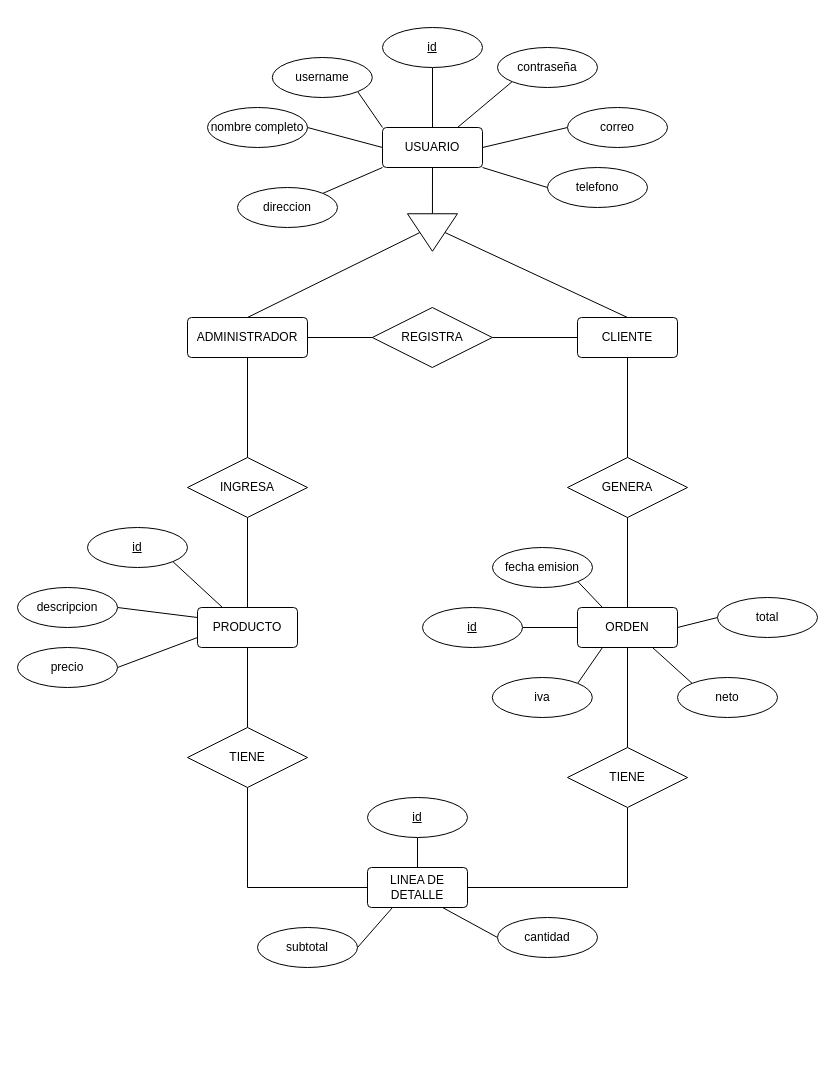
KemosahbeAndres/proyecto_java keeps this draw.io diagram as page "ER" (1 of 2) of DiagramaER.drawio. Above is the earlier version. Source tidied: cells renumbered, new cells numbered last; positions are measured from the earlier drawing's top-left corner, leaving out a move shared by most shapes. Both pictures are drawn from the tidied source at 100%, with x=0, y=0 at pixel (17, 27).
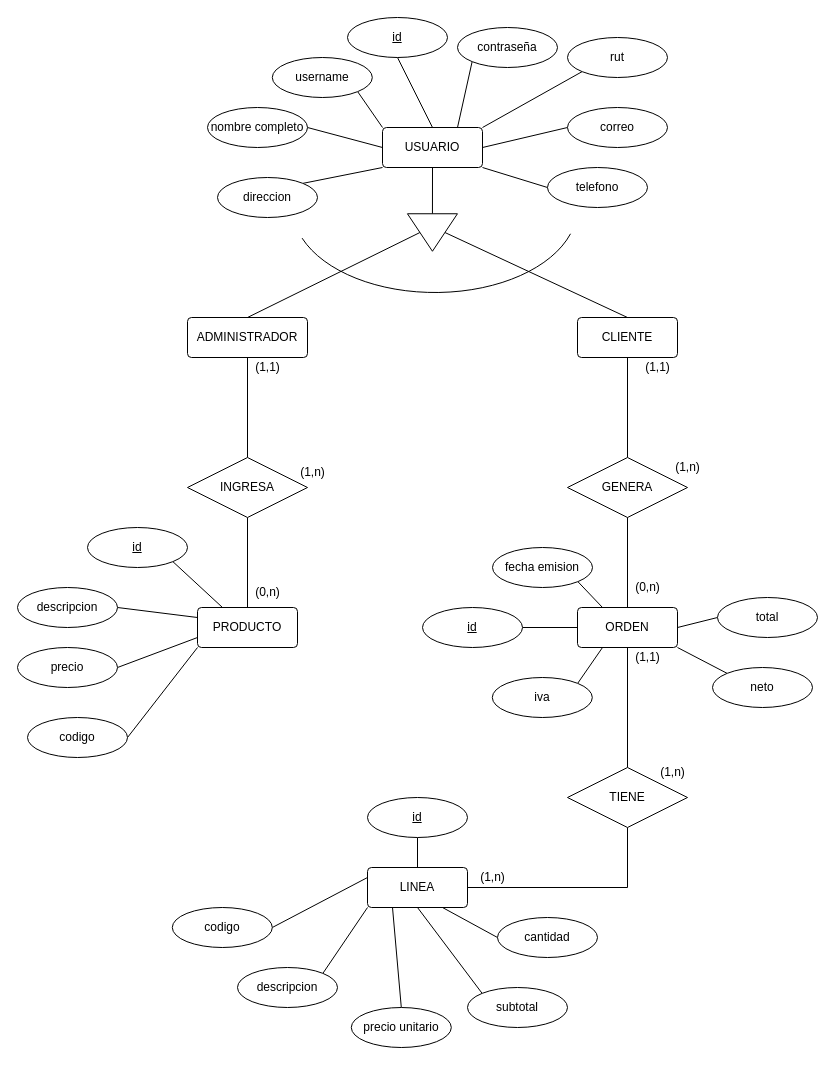
Above is the later version.

The change refers to these unchanged cells:
```xml
<mxCell id="3" value="USUARIO" style="rounded=1;arcSize=10;whiteSpace=wrap;html=1;align=center;" parent="1" vertex="1">
  <mxGeometry x="365" y="100" width="100" height="40" as="geometry" />
</mxCell>
<mxCell id="7" value="ADMINISTRADOR" style="rounded=1;arcSize=10;whiteSpace=wrap;html=1;align=center;" parent="1" vertex="1">
  <mxGeometry x="170" y="290" width="120" height="40" as="geometry" />
</mxCell>
<mxCell id="9" value="CLIENTE" style="rounded=1;arcSize=10;whiteSpace=wrap;html=1;align=center;" parent="1" vertex="1">
  <mxGeometry x="560" y="290" width="100" height="40" as="geometry" />
</mxCell>
<mxCell id="14" value="PRODUCTO" style="rounded=1;arcSize=10;whiteSpace=wrap;html=1;align=center;" parent="1" vertex="1">
  <mxGeometry x="180" y="580" width="100" height="40" as="geometry" />
</mxCell>
<mxCell id="19" value="ORDEN" style="rounded=1;arcSize=10;whiteSpace=wrap;html=1;align=center;" parent="1" vertex="1">
  <mxGeometry x="560" y="580" width="100" height="40" as="geometry" />
</mxCell>
```

The edit, as a diff of the source:
```diff
@@
-    <mxCell id="10" style="edgeStyle=orthogonalEdgeStyle;rounded=0;jettySize=auto;html=1;exitX=0;exitY=0.5;exitDx=0;exitDy=0;entryX=1;entryY=0.5;entryDx=0;entryDy=0;endArrow=none;endFill=0;" parent="1" edge="1" source="12" target="7">
-      <mxGeometry relative="1" as="geometry" />
-    </mxCell>
-    <mxCell id="11" style="edgeStyle=orthogonalEdgeStyle;rounded=0;jettySize=auto;html=1;exitX=1;exitY=0.5;exitDx=0;exitDy=0;entryX=0;entryY=0.5;entryDx=0;entryDy=0;endArrow=none;endFill=0;" parent="1" edge="1" source="12" target="9">
-      <mxGeometry relative="1" as="geometry" />
-    </mxCell>
-    <mxCell id="12" value="REGISTRA" style="shape=rhombus;perimeter=rhombusPerimeter;whiteSpace=wrap;html=1;align=center;" parent="1" vertex="1">
-      <mxGeometry x="354.8" y="280" width="120" height="60" as="geometry" />
-    </mxCell>
@@
-    <mxCell id="20" style="edgeStyle=orthogonalEdgeStyle;rounded=0;jettySize=auto;html=1;exitX=0.5;exitY=0;exitDx=0;exitDy=0;entryX=0.5;entryY=1;entryDx=0;entryDy=0;endArrow=none;endFill=0;" parent="1" edge="1" source="21" target="14">
-      <mxGeometry relative="1" as="geometry" />
-    </mxCell>
-    <mxCell id="21" value="TIENE" style="shape=rhombus;perimeter=rhombusPerimeter;whiteSpace=wrap;html=1;align=center;" parent="1" vertex="1">
-      <mxGeometry x="170" y="700" width="120" height="60" as="geometry" />
-    </mxCell>
@@
-    <mxCell id="29" style="edgeStyle=orthogonalEdgeStyle;rounded=0;jettySize=auto;html=1;exitX=0;exitY=0.5;exitDx=0;exitDy=0;entryX=0.5;entryY=1;entryDx=0;entryDy=0;endArrow=none;endFill=0;" parent="1" edge="1" source="30" target="21">
-      <mxGeometry relative="1" as="geometry" />
-    </mxCell>
-    <mxCell id="30" value="LINEA DE DETALLE" style="rounded=1;arcSize=10;whiteSpace=wrap;html=1;align=center;" parent="1" vertex="1">
+    <mxCell id="30" value="LINEA" style="rounded=1;arcSize=10;whiteSpace=wrap;html=1;align=center;" parent="1" vertex="1">
       <mxGeometry x="350" y="840" width="100" height="40" as="geometry" />
     </mxCell>
@@
     <mxCell id="32" value="TIENE" style="shape=rhombus;perimeter=rhombusPerimeter;whiteSpace=wrap;html=1;align=center;" parent="1" vertex="1">
-      <mxGeometry x="550" y="720" width="120" height="60" as="geometry" />
+      <mxGeometry x="550" y="740" width="120" height="60" as="geometry" />
     </mxCell>
@@
-    <mxCell id="37" style="rounded=0;jettySize=auto;html=1;exitX=1;exitY=0.5;exitDx=0;exitDy=0;entryX=0.25;entryY=1;entryDx=0;entryDy=0;endArrow=none;endFill=0;" parent="1" edge="1" source="38" target="30">
+    <mxCell id="37" style="rounded=0;jettySize=auto;html=1;exitX=0;exitY=0;exitDx=0;exitDy=0;entryX=0.5;entryY=1;entryDx=0;entryDy=0;endArrow=none;endFill=0;" parent="1" edge="1" source="38" target="30">
       <mxGeometry relative="1" as="geometry" />
     </mxCell>
     <mxCell id="38" value="subtotal" style="ellipse;whiteSpace=wrap;html=1;align=center;" parent="1" vertex="1">
-      <mxGeometry x="240" y="900" width="100" height="40" as="geometry" />
+      <mxGeometry x="450" y="960" width="100" height="40" as="geometry" />
     </mxCell>
@@
-    <mxCell id="45" style="edgeStyle=none;rounded=0;jettySize=auto;html=1;exitX=0;exitY=0;exitDx=0;exitDy=0;entryX=0.75;entryY=1;entryDx=0;entryDy=0;endArrow=none;endFill=0;" parent="1" edge="1" source="46" target="19">
+    <mxCell id="45" style="edgeStyle=none;rounded=0;jettySize=auto;html=1;exitX=0;exitY=0;exitDx=0;exitDy=0;entryX=1;entryY=1;entryDx=0;entryDy=0;endArrow=none;endFill=0;" parent="1" edge="1" source="46" target="19">
       <mxGeometry relative="1" as="geometry" />
     </mxCell>
     <mxCell id="46" value="neto" style="ellipse;whiteSpace=wrap;html=1;align=center;" parent="1" vertex="1">
-      <mxGeometry x="660" y="650" width="100" height="40" as="geometry" />
+      <mxGeometry x="695" y="640" width="100" height="40" as="geometry" />
     </mxCell>
@@
     <mxCell id="50" value="id" style="ellipse;whiteSpace=wrap;html=1;align=center;fontStyle=4;" parent="1" vertex="1">
-      <mxGeometry x="365" width="100" height="40" as="geometry" />
+      <mxGeometry x="330" y="-10" width="100" height="40" as="geometry" />
     </mxCell>
@@
     <mxCell id="56" value="contraseña" style="ellipse;whiteSpace=wrap;html=1;align=center;" parent="1" vertex="1">
-      <mxGeometry x="480" y="20" width="100" height="40" as="geometry" />
+      <mxGeometry x="440" width="100" height="40" as="geometry" />
     </mxCell>
@@
     <mxCell id="62" value="direccion" style="ellipse;whiteSpace=wrap;html=1;align=center;" parent="1" vertex="1">
-      <mxGeometry x="220" y="160" width="100" height="40" as="geometry" />
+      <mxGeometry x="200" y="150" width="100" height="40" as="geometry" />
     </mxCell>
+    <mxCell id="63" style="rounded=0;jettySize=auto;html=1;exitX=1;exitY=0.5;exitDx=0;exitDy=0;entryX=0;entryY=1;entryDx=0;entryDy=0;endArrow=none;endFill=0;" parent="1" edge="1" source="64" target="14">
+      <mxGeometry relative="1" as="geometry" />
+    </mxCell>
+    <mxCell id="64" value="codigo" style="ellipse;whiteSpace=wrap;html=1;align=center;" parent="1" vertex="1">
+      <mxGeometry x="10" y="690" width="100" height="40" as="geometry" />
+    </mxCell>
+    <mxCell id="65" style="edgeStyle=none;rounded=0;jettySize=auto;html=1;exitX=1;exitY=0;exitDx=0;exitDy=0;entryX=0;entryY=1;entryDx=0;entryDy=0;endArrow=none;endFill=0;" parent="1" edge="1" source="66" target="30">
+      <mxGeometry relative="1" as="geometry" />
+    </mxCell>
+    <mxCell id="66" value="descripcion" style="ellipse;whiteSpace=wrap;html=1;align=center;" parent="1" vertex="1">
+      <mxGeometry x="220" y="940" width="100" height="40" as="geometry" />
+    </mxCell>
+    <mxCell id="67" style="edgeStyle=none;rounded=0;jettySize=auto;html=1;exitX=0.5;exitY=0;exitDx=0;exitDy=0;entryX=0.25;entryY=1;entryDx=0;entryDy=0;endArrow=none;endFill=0;" parent="1" edge="1" source="68" target="30">
+      <mxGeometry relative="1" as="geometry" />
+    </mxCell>
+    <mxCell id="68" value="precio unitario" style="ellipse;whiteSpace=wrap;html=1;align=center;" parent="1" vertex="1">
+      <mxGeometry x="333.8" y="980" width="100" height="40" as="geometry" />
+    </mxCell>
+    <mxCell id="69" style="edgeStyle=none;rounded=0;jettySize=auto;html=1;exitX=1;exitY=0.5;exitDx=0;exitDy=0;entryX=0;entryY=0.25;entryDx=0;entryDy=0;endArrow=none;endFill=0;" parent="1" edge="1" source="70" target="30">
+      <mxGeometry relative="1" as="geometry" />
+    </mxCell>
+    <mxCell id="70" value="codigo" style="ellipse;whiteSpace=wrap;html=1;align=center;" parent="1" vertex="1">
+      <mxGeometry x="154.8" y="880" width="100" height="40" as="geometry" />
+    </mxCell>
+    <mxCell id="71" style="verticalLabelPosition=bottom;verticalAlign=top;html=1;shape=mxgraph.basic.arc;startAngle=0.3;endAngle=0.6913202245942431;" parent="1" vertex="1">
+      <mxGeometry x="275" y="95" width="285" height="170" as="geometry" />
+    </mxCell>
+    <mxCell id="72" value="(1,n)" style="text;html=1;align=center;verticalAlign=middle;strokeColor=none;fillColor=none;" parent="1" vertex="1">
+      <mxGeometry x="270" y="430" width="50" height="30" as="geometry" />
+    </mxCell>
+    <mxCell id="73" value="(1,1)" style="text;html=1;align=center;verticalAlign=middle;strokeColor=none;fillColor=none;" parent="1" vertex="1">
+      <mxGeometry x="225" y="325" width="50" height="30" as="geometry" />
+    </mxCell>
+    <mxCell id="74" value="(0,n)" style="text;html=1;align=center;verticalAlign=middle;strokeColor=none;fillColor=none;" parent="1" vertex="1">
+      <mxGeometry x="225" y="550" width="50" height="30" as="geometry" />
+    </mxCell>
+    <mxCell id="75" value="(1,n)" style="text;html=1;align=center;verticalAlign=middle;strokeColor=none;fillColor=none;" parent="1" vertex="1">
+      <mxGeometry x="645" y="425" width="50" height="30" as="geometry" />
+    </mxCell>
+    <mxCell id="76" value="(1,1)" style="text;html=1;align=center;verticalAlign=middle;strokeColor=none;fillColor=none;" parent="1" vertex="1">
+      <mxGeometry x="615" y="325" width="50" height="30" as="geometry" />
+    </mxCell>
+    <mxCell id="77" value="(0,n)" style="text;html=1;align=center;verticalAlign=middle;strokeColor=none;fillColor=none;" parent="1" vertex="1">
+      <mxGeometry x="605" y="545" width="50" height="30" as="geometry" />
+    </mxCell>
+    <mxCell id="78" value="(1,n)" style="text;html=1;align=center;verticalAlign=middle;strokeColor=none;fillColor=none;" parent="1" vertex="1">
+      <mxGeometry x="630" y="730" width="50" height="30" as="geometry" />
+    </mxCell>
+    <mxCell id="79" value="(1,1)" style="text;html=1;align=center;verticalAlign=middle;strokeColor=none;fillColor=none;" parent="1" vertex="1">
+      <mxGeometry x="605" y="615" width="50" height="30" as="geometry" />
+    </mxCell>
+    <mxCell id="80" value="(1,n)" style="text;html=1;align=center;verticalAlign=middle;strokeColor=none;fillColor=none;" parent="1" vertex="1">
+      <mxGeometry x="450" y="835" width="50" height="30" as="geometry" />
+    </mxCell>
+    <mxCell id="81" style="rounded=1;jettySize=auto;html=1;exitX=0;exitY=1;exitDx=0;exitDy=0;entryX=1;entryY=0;entryDx=0;entryDy=0;endArrow=none;endFill=0;" parent="1" edge="1" source="82" target="3">
+      <mxGeometry relative="1" as="geometry" />
+    </mxCell>
+    <mxCell id="82" value="rut" style="ellipse;whiteSpace=wrap;html=1;align=center;" parent="1" vertex="1">
+      <mxGeometry x="550" y="10" width="100" height="40" as="geometry" />
+    </mxCell>
```
